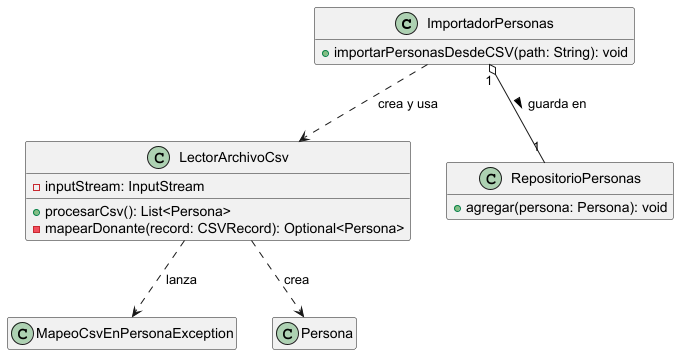
The PlantUML diagram documentacion/entrega1/dc_cargacsv.png in santiparis/dona-track, before a commit.
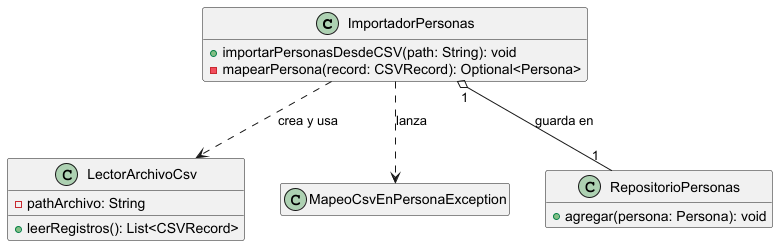
Later version of the same file.

Diff of the diagram source:
```diff
@@ -4,12 +4,12 @@
 
 class ImportadorPersonas {
     + importarPersonasDesdeCSV(path: String): void
+    - mapearPersona(record: CSVRecord): Optional<Persona>
 }
 
 class LectorArchivoCsv {
-    - inputStream: InputStream
-    + procesarCsv(): List<Persona>
-    - mapearDonante(record: CSVRecord): Optional<Persona>
+    - pathArchivo: String
+    + leerRegistros(): List<CSVRecord>
 }
 
 class MapeoCsvEnPersonaException {
@@ -19,13 +19,10 @@
     + agregar(persona: Persona): void
 }
 
-class Persona {
-}
 
 
-ImportadorPersonas "1" o-- "1" RepositorioPersonas : guarda en >
+ImportadorPersonas "1" o-- "1" RepositorioPersonas : guarda en
 ImportadorPersonas ..> LectorArchivoCsv : crea y usa
-LectorArchivoCsv ..> MapeoCsvEnPersonaException : lanza
-LectorArchivoCsv ..> Persona : crea
+ImportadorPersonas ..> MapeoCsvEnPersonaException : lanza
 
 @enduml
```
